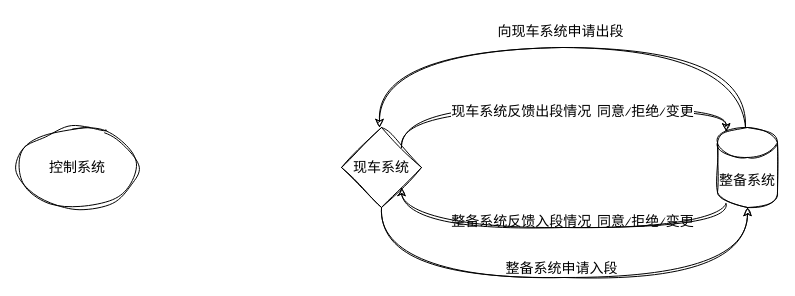
The draw.io diagram 机车出入库.drawio in wxl18335844494/myFlowChart, before the edit. Source tidied: cells renumbered, new cells numbered last; positions are measured from the earlier drawing's top-left corner, leaving out a move shared by most shapes. Both pictures are drawn from the tidied source at 100%, with x=0, y=0 at pixel (17, 17).
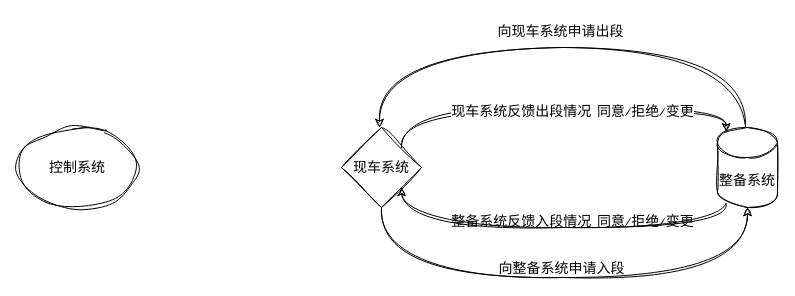
The same page after the edit.

Commit message:
更新机车出入库.drawio

The change refers to these unchanged cells:
```xml
<mxCell id="9" style="edgeStyle=orthogonalEdgeStyle;shape=connector;curved=1;rounded=0;sketch=1;jiggle=2;curveFitting=1;jettySize=auto;html=1;entryX=0.5;entryY=1;entryDx=0;entryDy=0;entryPerimeter=0;align=center;verticalAlign=middle;fontFamily=Helvetica;fontSize=14;fontColor=default;labelBackgroundColor=none;endArrow=classic;" parent="1" edge="1" source="2" target="7">
  <mxGeometry relative="1" as="geometry">
    <Array as="points">
      <mxPoint x="364" y="260" />
      <mxPoint x="730" y="260" />
    </Array>
  </mxGeometry>
</mxCell>
```

What changed in the source:
```diff
@@
-    <mxCell id="10" value="整备系统申请入段" style="edgeLabel;html=1;align=center;verticalAlign=middle;fontFamily=Helvetica;fontSize=14;labelBackgroundColor=none;sketch=1;curveFitting=1;jiggle=2;rounded=0;" parent="9" vertex="1">
+    <mxCell id="10" value="向&lt;span style=&quot;background-color: transparent; color: light-dark(rgb(0, 0, 0), rgb(255, 255, 255));&quot;&gt;整备系统申请入段&lt;/span&gt;" style="edgeLabel;html=1;align=center;verticalAlign=middle;fontFamily=Helvetica;fontSize=14;labelBackgroundColor=none;sketch=1;curveFitting=1;jiggle=2;rounded=0;" parent="9" vertex="1">
       <mxGeometry x="-0.06" y="-3" relative="1" as="geometry">
         <mxPoint x="11" y="-13" as="offset" />
       </mxGeometry>
     </mxCell>
```
